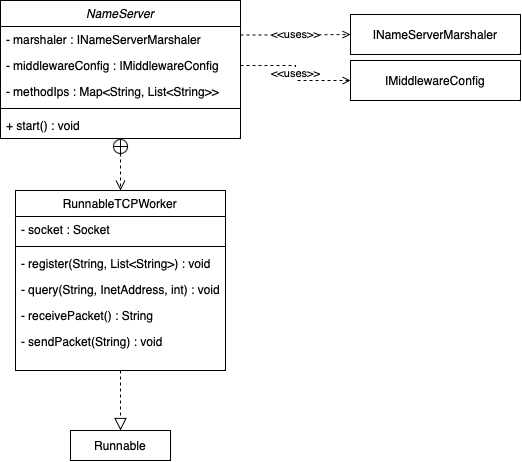
This is doku-middleware/NameServer.drawio.png from PrismFox/tron-game, a draw.io export, as it was before one commit. Source tidied: cells renumbered, new cells last; positions are measured from the earlier drawing's top-left corner, leaving out a move shared by most shapes.
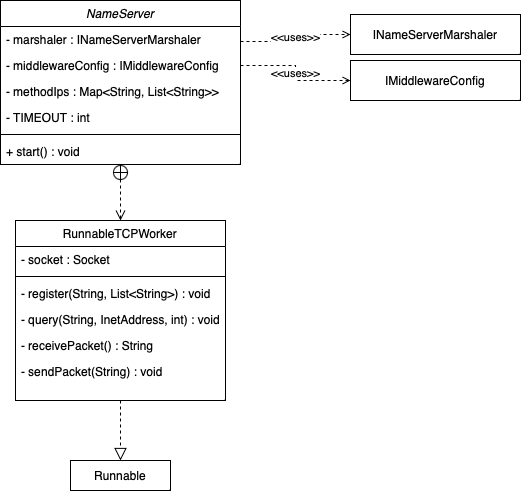
Above is the later version.

Change to the diagram source:
```diff
@@ -3,7 +3,7 @@
     <mxCell id="0" />
     <mxCell id="1" parent="0" />
     <mxCell id="2" value="NameServer" style="swimlane;fontStyle=2;align=center;verticalAlign=top;horizontal=1;startSize=26;rounded=0;shadow=0;strokeWidth=1;" parent="1" vertex="1">
-      <mxGeometry width="240" height="138" as="geometry" />
+      <mxGeometry width="240" height="164" as="geometry" />
     </mxCell>
     <mxCell id="3" value="- marshaler : INameServerMarshaler" style="text;align=left;verticalAlign=top;spacingLeft=4;spacingRight=4;overflow=hidden;" parent="2" vertex="1">
       <mxGeometry y="26" width="240" height="26" as="geometry" />
@@ -14,14 +14,17 @@
     <mxCell id="5" value="- methodIps : Map&lt;String, List&lt;String&gt;&gt;" style="text;align=left;verticalAlign=top;spacingLeft=4;spacingRight=4;overflow=hidden;rounded=0;shadow=0;html=0;" parent="2" vertex="1">
       <mxGeometry y="78" width="240" height="26" as="geometry" />
     </mxCell>
+    <mxCell id="22" value="- TIMEOUT : int" style="text;align=left;verticalAlign=top;spacingLeft=4;spacingRight=4;overflow=hidden;" parent="2" vertex="1">
+      <mxGeometry y="104" width="240" height="26" as="geometry" />
+    </mxCell>
     <mxCell id="6" style="line;html=1;strokeWidth=1;align=left;verticalAlign=middle;spacingTop=-1;spacingLeft=3;spacingRight=3;labelPosition=right;" parent="2" vertex="1">
-      <mxGeometry y="104" width="240" height="8" as="geometry" />
+      <mxGeometry y="130" width="240" height="8" as="geometry" />
     </mxCell>
     <mxCell id="7" value="+ start() : void" style="text;align=left;verticalAlign=top;spacingLeft=4;spacingRight=4;overflow=hidden;" parent="2" vertex="1">
-      <mxGeometry y="112" width="240" height="26" as="geometry" />
+      <mxGeometry y="138" width="240" height="26" as="geometry" />
     </mxCell>
     <mxCell id="8" value="RunnableTCPWorker" style="swimlane;fontStyle=0;align=center;verticalAlign=top;horizontal=1;startSize=26;rounded=0;shadow=0;strokeWidth=1;" parent="1" vertex="1">
-      <mxGeometry x="15" y="190" width="210" height="180" as="geometry" />
+      <mxGeometry x="15" y="220" width="210" height="180" as="geometry" />
     </mxCell>
     <mxCell id="9" value="- socket : Socket" style="text;align=left;verticalAlign=top;spacingLeft=4;spacingRight=4;overflow=hidden;rounded=0;shadow=0;html=0;" parent="8" vertex="1">
       <mxGeometry y="26" width="210" height="26" as="geometry" />
@@ -42,7 +45,7 @@
       <mxGeometry y="138" width="210" height="26" as="geometry" />
     </mxCell>
     <mxCell id="15" value="Runnable" style="rounded=0;whiteSpace=wrap;html=1;" parent="1" vertex="1">
-      <mxGeometry x="70" y="430" width="100" height="30" as="geometry" />
+      <mxGeometry x="70" y="460" width="100" height="30" as="geometry" />
     </mxCell>
     <mxCell id="16" value="INameServerMarshaler" style="rounded=0;whiteSpace=wrap;html=1;" parent="1" vertex="1">
       <mxGeometry x="350" y="14" width="170" height="40" as="geometry" />
@@ -51,11 +54,7 @@
       <mxGeometry relative="1" as="geometry" />
     </mxCell>
     <mxCell id="18" style="endArrow=block;endSize=10;endFill=0;shadow=0;strokeWidth=1;rounded=0;edgeStyle=elbowEdgeStyle;elbow=vertical;dashed=1;exitX=0.5;exitY=1;exitDx=0;exitDy=0;entryX=0.5;entryY=0;entryDx=0;entryDy=0;" parent="1" edge="1" source="8" target="15">
-      <mxGeometry relative="1" as="geometry">
-        <Array as="points">
-          <mxPoint x="100" y="390" />
-        </Array>
-      </mxGeometry>
+      <mxGeometry relative="1" as="geometry" />
     </mxCell>
     <mxCell id="19" style="endArrow=open;startArrow=circlePlus;endFill=0;startFill=0;endSize=8;html=1;rounded=0;dashed=1;entryX=0.5;entryY=0;entryDx=0;entryDy=0;exitX=0.5;exitY=1;exitDx=0;exitDy=0;" parent="1" edge="1" source="2" target="8">
       <mxGeometry relative="1" as="geometry" />
```
